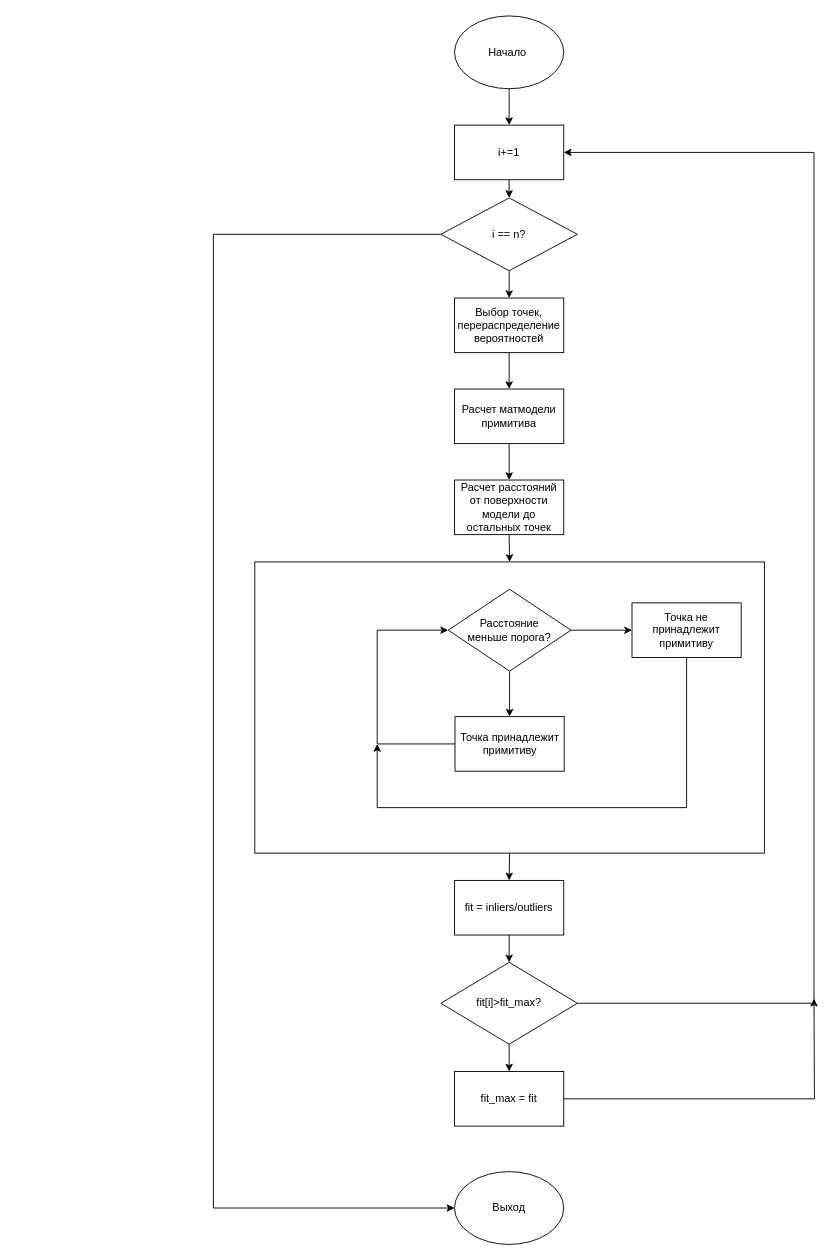
Before: science/ransac.drawio in OPyshkin/genetic_algorithm_practice, a draw.io diagram. Source tidied: cells renumbered, new cells numbered last; positions are measured from the earlier drawing's top-left corner, leaving out a move shared by most shapes. Both pictures are drawn from the tidied source at 91%, with x=0, y=0 at pixel (213, 15).
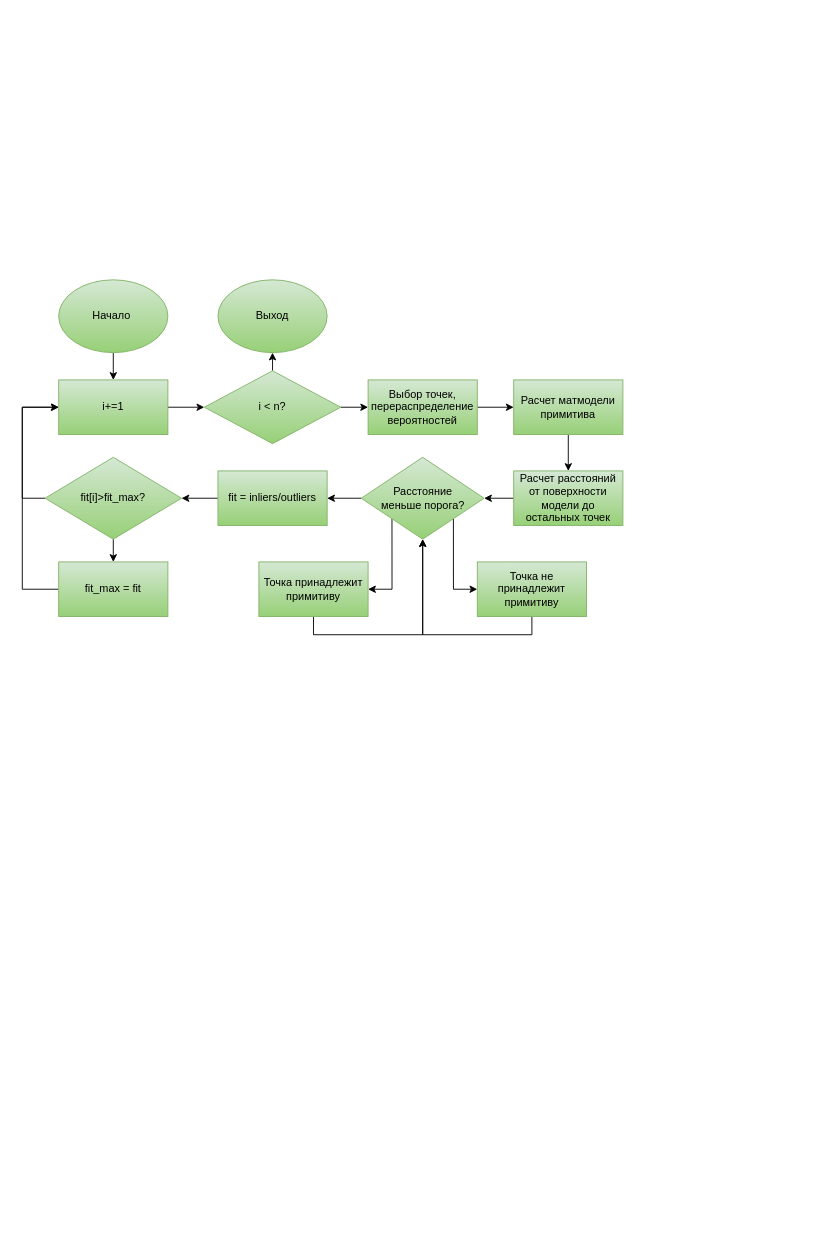
Above is the later version.

The edit, as a diff of the source:
```diff
@@
-    <mxCell id="3" value="Начало&amp;nbsp;" style="ellipse;whiteSpace=wrap;html=1;" parent="1" vertex="1">
-      <mxGeometry x="265" width="120" height="80" as="geometry" />
+    <mxCell id="3" value="Начало&amp;nbsp;" style="ellipse;whiteSpace=wrap;html=1;gradientColor=#97d077;fillColor=#d5e8d4;strokeColor=#82b366;" parent="1" vertex="1">
+      <mxGeometry x="-170" y="290" width="120" height="80" as="geometry" />
     </mxCell>
-    <mxCell id="4" style="edgeStyle=orthogonalEdgeStyle;rounded=0;jettySize=auto;html=1;exitX=0.5;exitY=1;exitDx=0;exitDy=0;entryX=0.5;entryY=0;entryDx=0;entryDy=0;" parent="1" edge="1" source="5" target="7">
+    <mxCell id="4" style="edgeStyle=orthogonalEdgeStyle;rounded=0;jettySize=auto;html=1;exitX=1;exitY=0.5;exitDx=0;exitDy=0;entryX=0;entryY=0.5;entryDx=0;entryDy=0;" parent="1" edge="1" source="5" target="7">
       <mxGeometry relative="1" as="geometry" />
     </mxCell>
-    <mxCell id="5" value="Выбор точек, перераспределение вероятностей" style="rounded=0;whiteSpace=wrap;html=1;" parent="1" vertex="1">
-      <mxGeometry x="265" y="310" width="120" height="60" as="geometry" />
+    <mxCell id="5" value="Выбор точек, перераспределение вероятностей" style="rounded=0;whiteSpace=wrap;html=1;gradientColor=#97d077;fillColor=#d5e8d4;strokeColor=#82b366;" parent="1" vertex="1">
+      <mxGeometry x="170" y="400" width="120" height="60" as="geometry" />
     </mxCell>
@@
-    <mxCell id="7" value="Расчет матмодели примитива" style="rounded=0;whiteSpace=wrap;html=1;" parent="1" vertex="1">
-      <mxGeometry x="265" y="410" width="120" height="60" as="geometry" />
+    <mxCell id="7" value="Расчет матмодели примитива" style="rounded=0;whiteSpace=wrap;html=1;gradientColor=#97d077;fillColor=#d5e8d4;strokeColor=#82b366;" parent="1" vertex="1">
+      <mxGeometry x="330" y="400" width="120" height="60" as="geometry" />
     </mxCell>
-    <mxCell id="8" style="edgeStyle=orthogonalEdgeStyle;rounded=0;jettySize=auto;html=1;exitX=0.5;exitY=1;exitDx=0;exitDy=0;entryX=0.5;entryY=0;entryDx=0;entryDy=0;" parent="1" edge="1" source="9" target="18">
-      <mxGeometry relative="1" as="geometry" />
-    </mxCell>
+    <mxCell id="32" style="edgeStyle=orthogonalEdgeStyle;rounded=0;jettySize=auto;html=1;exitX=0;exitY=0.5;exitDx=0;exitDy=0;entryX=1;entryY=0.5;entryDx=0;entryDy=0;" parent="1" edge="1" source="9" target="12">
+      <mxGeometry relative="1" as="geometry" />
+    </mxCell>
-    <mxCell id="9" value="Расчет расстояний от поверхности модели до остальных точек" style="rounded=0;whiteSpace=wrap;html=1;" parent="1" vertex="1">
-      <mxGeometry x="265" y="510" width="120" height="60" as="geometry" />
+    <mxCell id="9" value="Расчет расстояний от поверхности модели до остальных точек" style="rounded=0;whiteSpace=wrap;html=1;gradientColor=#97d077;fillColor=#d5e8d4;strokeColor=#82b366;" parent="1" vertex="1">
+      <mxGeometry x="330" y="500" width="120" height="60" as="geometry" />
     </mxCell>
+    <mxCell id="11" style="edgeStyle=orthogonalEdgeStyle;rounded=0;jettySize=auto;html=1;exitX=1;exitY=1;exitDx=0;exitDy=0;entryX=0;entryY=0.5;entryDx=0;entryDy=0;" parent="1" edge="1" source="12" target="14">
+      <mxGeometry relative="1" as="geometry" />
+    </mxCell>
-    <mxCell id="10" style="edgeStyle=orthogonalEdgeStyle;rounded=0;jettySize=auto;html=1;exitX=0.5;exitY=1;exitDx=0;exitDy=0;entryX=0.5;entryY=0;entryDx=0;entryDy=0;" parent="1" edge="1" source="12" target="16">
+    <mxCell id="10" style="edgeStyle=orthogonalEdgeStyle;rounded=0;jettySize=auto;html=1;exitX=0;exitY=1;exitDx=0;exitDy=0;entryX=1;entryY=0.5;entryDx=0;entryDy=0;" parent="1" edge="1" source="12" target="16">
       <mxGeometry relative="1" as="geometry" />
     </mxCell>
-    <mxCell id="11" style="edgeStyle=orthogonalEdgeStyle;rounded=0;jettySize=auto;html=1;exitX=1;exitY=0.5;exitDx=0;exitDy=0;entryX=0;entryY=0.5;entryDx=0;entryDy=0;" parent="1" edge="1" source="12" target="14">
-      <mxGeometry relative="1" as="geometry" />
-    </mxCell>
+    <mxCell id="33" style="edgeStyle=orthogonalEdgeStyle;rounded=0;jettySize=auto;html=1;exitX=0;exitY=0.5;exitDx=0;exitDy=0;entryX=1;entryY=0.5;entryDx=0;entryDy=0;" parent="1" edge="1" source="12" target="20">
+      <mxGeometry relative="1" as="geometry" />
+    </mxCell>
-    <mxCell id="12" value="Расстояние &lt;br&gt;меньше порога?" style="rhombus;whiteSpace=wrap;html=1;" parent="1" vertex="1">
-      <mxGeometry x="258" y="630" width="135" height="90" as="geometry" />
+    <mxCell id="12" value="Расстояние &lt;br&gt;меньше порога?" style="rhombus;whiteSpace=wrap;html=1;gradientColor=#97d077;fillColor=#d5e8d4;strokeColor=#82b366;" parent="1" vertex="1">
+      <mxGeometry x="162.5" y="485" width="135" height="90" as="geometry" />
     </mxCell>
-    <mxCell id="13" style="edgeStyle=orthogonalEdgeStyle;rounded=0;jettySize=auto;html=1;exitX=0.5;exitY=1;exitDx=0;exitDy=0;" parent="1" edge="1" source="14">
-      <mxGeometry relative="1" as="geometry">
-        <mxPoint x="180" y="800" as="targetPoint" />
-        <Array as="points">
-          <mxPoint x="520" y="870" />
-          <mxPoint x="180" y="870" />
-        </Array>
-      </mxGeometry>
-    </mxCell>
+    <mxCell id="34" style="edgeStyle=orthogonalEdgeStyle;rounded=0;jettySize=auto;html=1;exitX=0.5;exitY=1;exitDx=0;exitDy=0;entryX=0.5;entryY=1;entryDx=0;entryDy=0;" parent="1" edge="1" source="14" target="12">
+      <mxGeometry relative="1" as="geometry" />
+    </mxCell>
-    <mxCell id="14" value="Точка не принадлежит примитиву" style="rounded=0;whiteSpace=wrap;html=1;" parent="1" vertex="1">
-      <mxGeometry x="460" y="645" width="120" height="60" as="geometry" />
+    <mxCell id="14" value="Точка не принадлежит примитиву" style="rounded=0;whiteSpace=wrap;html=1;gradientColor=#97d077;fillColor=#d5e8d4;strokeColor=#82b366;" parent="1" vertex="1">
+      <mxGeometry x="290" y="600" width="120" height="60" as="geometry" />
     </mxCell>
-    <mxCell id="15" style="edgeStyle=orthogonalEdgeStyle;rounded=0;jettySize=auto;html=1;exitX=0;exitY=0.5;exitDx=0;exitDy=0;entryX=0;entryY=0.5;entryDx=0;entryDy=0;" parent="1" edge="1" source="16" target="12">
-      <mxGeometry relative="1" as="geometry">
-        <Array as="points">
-          <mxPoint x="180" y="800" />
-          <mxPoint x="180" y="675" />
-        </Array>
-      </mxGeometry>
+    <mxCell id="15" style="edgeStyle=orthogonalEdgeStyle;rounded=0;jettySize=auto;html=1;exitX=0.5;exitY=1;exitDx=0;exitDy=0;entryX=0.5;entryY=1;entryDx=0;entryDy=0;" parent="1" edge="1" source="16" target="12">
+      <mxGeometry relative="1" as="geometry" />
     </mxCell>
-    <mxCell id="16" value="Точка принадлежит примитиву" style="rounded=0;whiteSpace=wrap;html=1;" parent="1" vertex="1">
-      <mxGeometry x="265.5" y="770" width="120" height="60" as="geometry" />
+    <mxCell id="16" value="Точка принадлежит примитиву" style="rounded=0;whiteSpace=wrap;html=1;gradientColor=#97d077;fillColor=#d5e8d4;strokeColor=#82b366;" parent="1" vertex="1">
+      <mxGeometry x="50" y="600" width="120" height="60" as="geometry" />
     </mxCell>
-    <mxCell id="17" style="edgeStyle=orthogonalEdgeStyle;rounded=0;jettySize=auto;html=1;exitX=0.5;exitY=1;exitDx=0;exitDy=0;entryX=0.5;entryY=0;entryDx=0;entryDy=0;" parent="1" edge="1" source="18" target="20">
-      <mxGeometry relative="1" as="geometry" />
-    </mxCell>
-    <mxCell id="18" style="rounded=0;whiteSpace=wrap;html=1;fillColor=none;" parent="1" vertex="1">
-      <mxGeometry x="45.5" y="600" width="560" height="320" as="geometry" />
-    </mxCell>
-    <mxCell id="19" style="edgeStyle=orthogonalEdgeStyle;rounded=0;jettySize=auto;html=1;exitX=0.5;exitY=1;exitDx=0;exitDy=0;entryX=0.5;entryY=0;entryDx=0;entryDy=0;" parent="1" edge="1" source="20" target="25">
+    <mxCell id="19" style="edgeStyle=orthogonalEdgeStyle;rounded=0;jettySize=auto;html=1;exitX=0;exitY=0.5;exitDx=0;exitDy=0;entryX=1;entryY=0.5;entryDx=0;entryDy=0;" parent="1" edge="1" source="20" target="25">
       <mxGeometry relative="1" as="geometry" />
     </mxCell>
-    <mxCell id="20" value="fit = inliers/outliers" style="rounded=0;whiteSpace=wrap;html=1;" parent="1" vertex="1">
-      <mxGeometry x="265" y="950" width="120" height="60" as="geometry" />
+    <mxCell id="20" value="fit = inliers/outliers" style="rounded=0;whiteSpace=wrap;html=1;gradientColor=#97d077;fillColor=#d5e8d4;strokeColor=#82b366;" parent="1" vertex="1">
+      <mxGeometry x="5" y="500" width="120" height="60" as="geometry" />
     </mxCell>
-    <mxCell id="21" style="edgeStyle=orthogonalEdgeStyle;rounded=0;jettySize=auto;html=1;exitX=0.5;exitY=1;exitDx=0;exitDy=0;entryX=0.5;entryY=0;entryDx=0;entryDy=0;" parent="1" edge="1" source="22" target="31">
+    <mxCell id="21" style="edgeStyle=orthogonalEdgeStyle;rounded=0;jettySize=auto;html=1;exitX=1;exitY=0.5;exitDx=0;exitDy=0;entryX=0;entryY=0.5;entryDx=0;entryDy=0;" parent="1" edge="1" source="22" target="31">
       <mxGeometry relative="1" as="geometry" />
     </mxCell>
-    <mxCell id="22" value="i+=1" style="rounded=0;whiteSpace=wrap;html=1;fillColor=#ffffff;" parent="1" vertex="1">
-      <mxGeometry x="265" y="120" width="120" height="60" as="geometry" />
+    <mxCell id="22" value="i+=1" style="rounded=0;whiteSpace=wrap;html=1;fillColor=#d5e8d4;gradientColor=#97d077;strokeColor=#82b366;" parent="1" vertex="1">
+      <mxGeometry x="-170" y="400" width="120" height="60" as="geometry" />
     </mxCell>
+    <mxCell id="24" style="edgeStyle=orthogonalEdgeStyle;rounded=0;jettySize=auto;html=1;exitX=0.5;exitY=1;exitDx=0;exitDy=0;entryX=0.5;entryY=0;entryDx=0;entryDy=0;" parent="1" edge="1" source="25" target="27">
+      <mxGeometry relative="1" as="geometry" />
+    </mxCell>
-    <mxCell id="23" style="edgeStyle=orthogonalEdgeStyle;rounded=0;jettySize=auto;html=1;exitX=1;exitY=0.5;exitDx=0;exitDy=0;entryX=1;entryY=0.5;entryDx=0;entryDy=0;" parent="1" edge="1" source="25" target="22">
+    <mxCell id="23" style="edgeStyle=orthogonalEdgeStyle;rounded=0;jettySize=auto;html=1;exitX=0;exitY=0.5;exitDx=0;exitDy=0;entryX=0;entryY=0.5;entryDx=0;entryDy=0;" parent="1" edge="1" source="25" target="22">
       <mxGeometry relative="1" as="geometry">
         <Array as="points">
-          <mxPoint x="660" y="1085" />
-          <mxPoint x="660" y="150" />
+          <mxPoint x="-210" y="530" />
+          <mxPoint x="-210" y="430" />
         </Array>
       </mxGeometry>
     </mxCell>
-    <mxCell id="24" style="edgeStyle=orthogonalEdgeStyle;rounded=0;jettySize=auto;html=1;exitX=0.5;exitY=1;exitDx=0;exitDy=0;entryX=0.5;entryY=0;entryDx=0;entryDy=0;" parent="1" edge="1" source="25" target="27">
-      <mxGeometry relative="1" as="geometry" />
-    </mxCell>
-    <mxCell id="25" value="fit[i]&amp;gt;fit_max?" style="rhombus;whiteSpace=wrap;html=1;fillColor=#ffffff;" parent="1" vertex="1">
-      <mxGeometry x="250" y="1040" width="150" height="90" as="geometry" />
+    <mxCell id="25" value="fit[i]&amp;gt;fit_max?" style="rhombus;whiteSpace=wrap;html=1;fillColor=#d5e8d4;gradientColor=#97d077;strokeColor=#82b366;" parent="1" vertex="1">
+      <mxGeometry x="-185" y="485" width="150" height="90" as="geometry" />
     </mxCell>
-    <mxCell id="26" style="edgeStyle=orthogonalEdgeStyle;rounded=0;jettySize=auto;html=1;exitX=1;exitY=0.5;exitDx=0;exitDy=0;" parent="1" edge="1" source="27">
-      <mxGeometry relative="1" as="geometry">
-        <mxPoint x="660" y="1080" as="targetPoint" />
-      </mxGeometry>
-    </mxCell>
+    <mxCell id="35" style="edgeStyle=orthogonalEdgeStyle;rounded=0;jettySize=auto;html=1;exitX=0;exitY=0.5;exitDx=0;exitDy=0;entryX=0;entryY=0.5;entryDx=0;entryDy=0;" parent="1" edge="1" source="27" target="22">
+      <mxGeometry relative="1" as="geometry">
+        <Array as="points">
+          <mxPoint x="-210" y="630" />
+          <mxPoint x="-210" y="430" />
+        </Array>
+      </mxGeometry>
+    </mxCell>
-    <mxCell id="27" value="fit_max = fit" style="rounded=0;whiteSpace=wrap;html=1;fillColor=#ffffff;" parent="1" vertex="1">
-      <mxGeometry x="265" y="1160" width="120" height="60" as="geometry" />
+    <mxCell id="27" value="fit_max = fit" style="rounded=0;whiteSpace=wrap;html=1;fillColor=#d5e8d4;gradientColor=#97d077;strokeColor=#82b366;" parent="1" vertex="1">
+      <mxGeometry x="-170" y="600" width="120" height="60" as="geometry" />
     </mxCell>
-    <mxCell id="28" value="Выход" style="ellipse;whiteSpace=wrap;html=1;fillColor=#ffffff;" parent="1" vertex="1">
-      <mxGeometry x="265" y="1270" width="120" height="80" as="geometry" />
+    <mxCell id="28" value="Выход" style="ellipse;whiteSpace=wrap;html=1;fillColor=#d5e8d4;gradientColor=#97d077;strokeColor=#82b366;" parent="1" vertex="1">
+      <mxGeometry x="5" y="290" width="120" height="80" as="geometry" />
     </mxCell>
-    <mxCell id="29" style="edgeStyle=orthogonalEdgeStyle;rounded=0;jettySize=auto;html=1;exitX=0.5;exitY=1;exitDx=0;exitDy=0;entryX=0.5;entryY=0;entryDx=0;entryDy=0;" parent="1" edge="1" source="31" target="5">
+    <mxCell id="29" style="edgeStyle=orthogonalEdgeStyle;rounded=0;jettySize=auto;html=1;exitX=1;exitY=0.5;exitDx=0;exitDy=0;entryX=0;entryY=0.5;entryDx=0;entryDy=0;" parent="1" edge="1" source="31" target="5">
       <mxGeometry relative="1" as="geometry" />
     </mxCell>
-    <mxCell id="30" style="edgeStyle=orthogonalEdgeStyle;rounded=0;jettySize=auto;html=1;exitX=0;exitY=0.5;exitDx=0;exitDy=0;entryX=0;entryY=0.5;entryDx=0;entryDy=0;" parent="1" edge="1" source="31" target="28">
-      <mxGeometry relative="1" as="geometry">
-        <Array as="points">
-          <mxPoint y="240" />
-          <mxPoint y="1310" />
-        </Array>
-      </mxGeometry>
+    <mxCell id="30" style="edgeStyle=orthogonalEdgeStyle;rounded=0;jettySize=auto;html=1;exitX=0.5;exitY=0;exitDx=0;exitDy=0;entryX=0.5;entryY=1;entryDx=0;entryDy=0;" parent="1" edge="1" source="31" target="28">
+      <mxGeometry relative="1" as="geometry" />
     </mxCell>
-    <mxCell id="31" value="i == n?" style="rhombus;whiteSpace=wrap;html=1;fillColor=#ffffff;" parent="1" vertex="1">
-      <mxGeometry x="250" y="200" width="150" height="80" as="geometry" />
+    <mxCell id="31" value="i &amp;lt; n?" style="rhombus;whiteSpace=wrap;html=1;fillColor=#d5e8d4;gradientColor=#97d077;strokeColor=#82b366;" parent="1" vertex="1">
+      <mxGeometry x="-10" y="390" width="150" height="80" as="geometry" />
     </mxCell>
```
